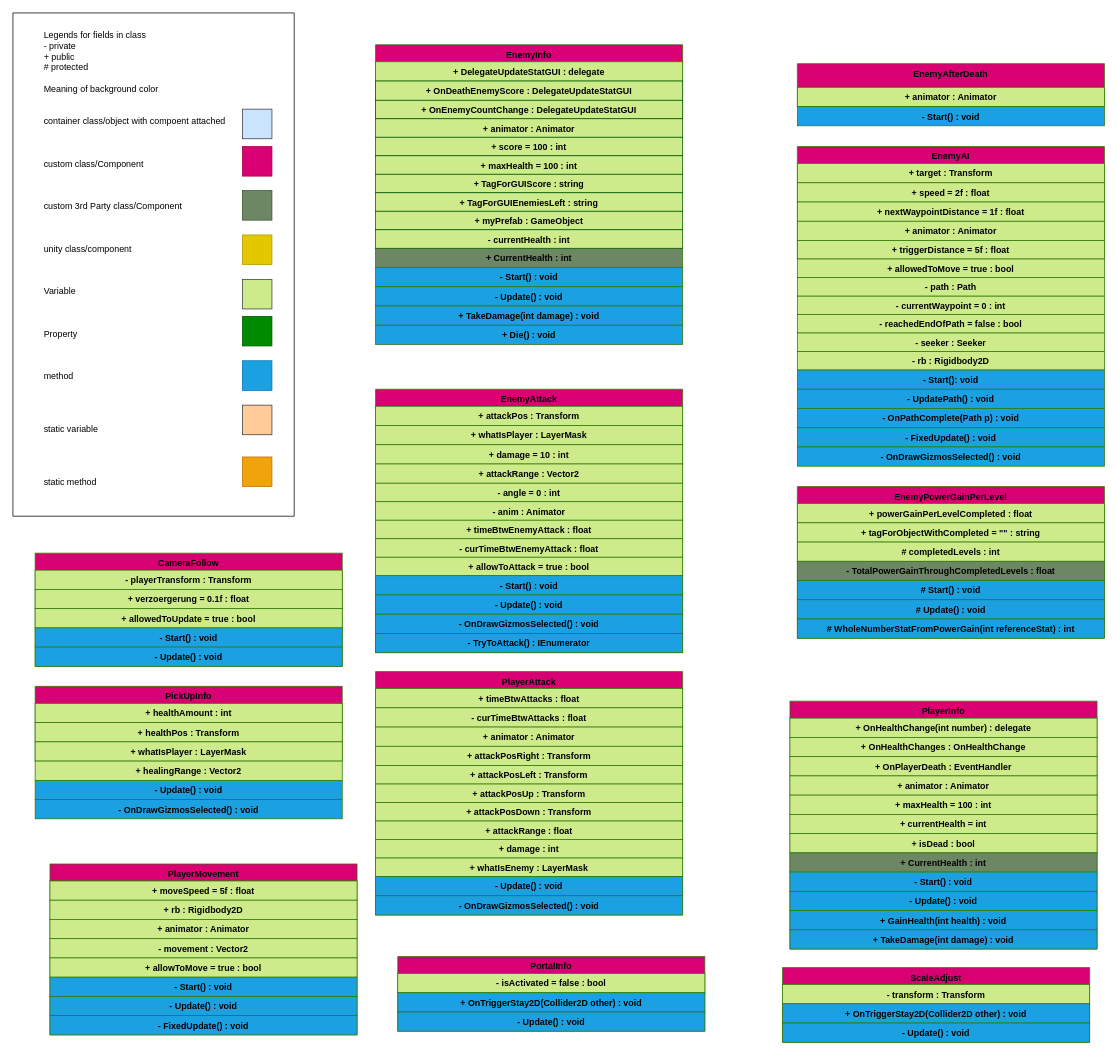
The draw.io diagram Docs/Diagramms/ComponentMoveableObjectDiagramm.drawio in BoolPurist/Sunken-Castle, before the edit. Source tidied: cells renumbered, new cells numbered last; positions are measured from the earlier drawing's top-left corner, leaving out a move shared by most shapes. Both pictures are drawn from the tidied source at 74%, with x=0, y=0 at pixel (13, 13).
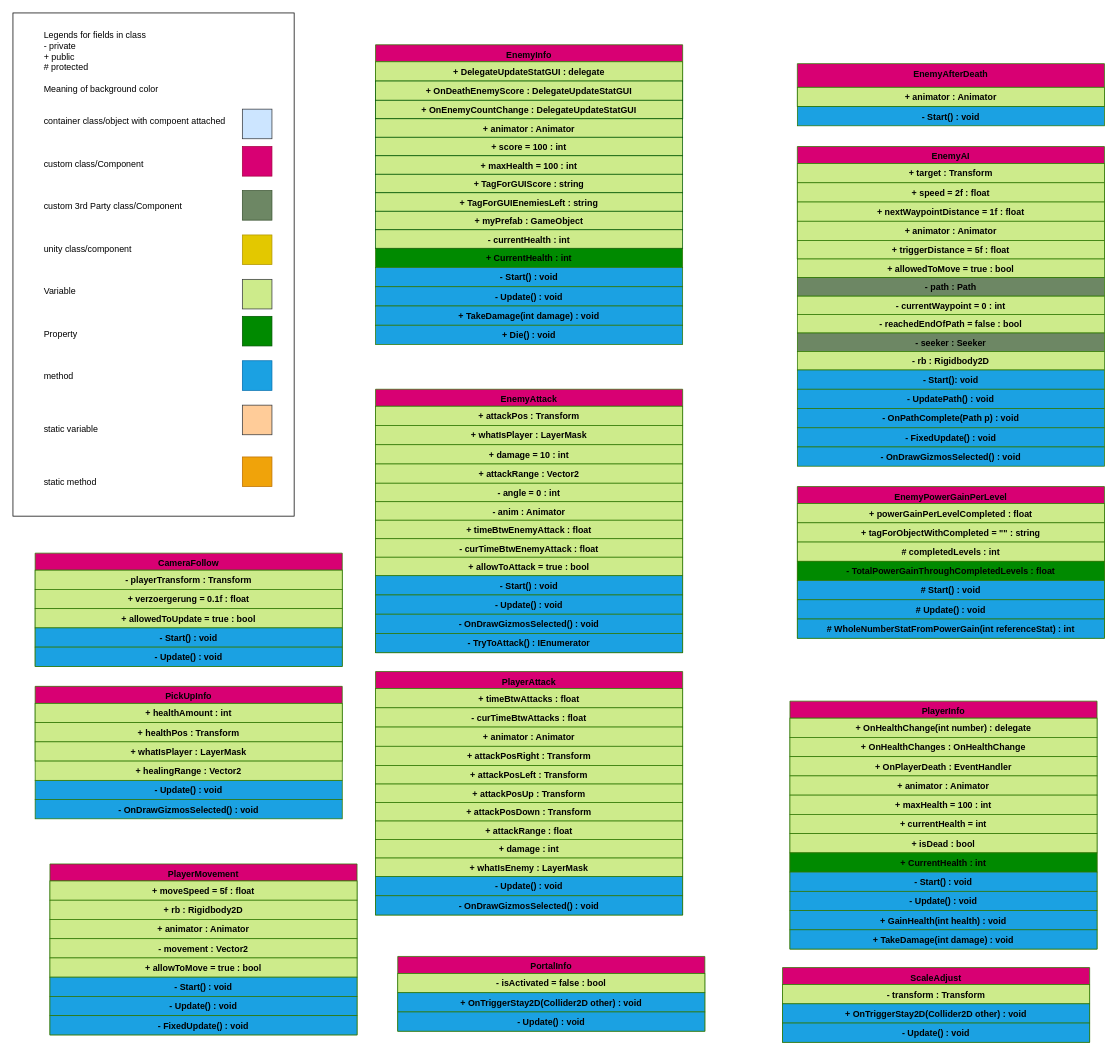
Above is the later version.

Unchanged cells that the change refers to:
```xml
<mxCell id="90" value="EnemyPowerGainPerLevel" style="swimlane;fontStyle=1;horizontal=1;fillColor=#D80073;fontColor=#000000;align=center;verticalAlign=top;strokeColor=#2D7600;gradientColor=none;spacingLeft=4;spacingRight=4;" parent="1" vertex="1">
  <mxGeometry x="1060" y="640" width="415" height="205" as="geometry" />
</mxCell>
<mxCell id="98" value="PlayerInfo" style="swimlane;fontStyle=1;horizontal=1;fillColor=#D80073;fontColor=#000000;align=center;verticalAlign=top;strokeColor=#2D7600;gradientColor=none;spacingLeft=4;spacingRight=4;" parent="1" vertex="1">
  <mxGeometry x="1050" y="930" width="415" height="335" as="geometry" />
</mxCell>
```

What changed in the source:
```diff
@@
-    <mxCell id="18" value="+ CurrentHealth : int" style="text;strokeColor=#2D7600;align=center;verticalAlign=top;spacingLeft=4;spacingRight=4;overflow=hidden;fontColor=#000000;fontStyle=1;fillColor=#6D8764;" parent="1" vertex="1">
+    <mxCell id="18" value="+ CurrentHealth : int" style="text;strokeColor=#2D7600;align=center;verticalAlign=top;spacingLeft=4;spacingRight=4;overflow=hidden;fontColor=#000000;fontStyle=1;fillColor=#008a00;" parent="1" vertex="1">
       <mxGeometry x="490" y="318" width="415" height="26" as="geometry" />
     </mxCell>
@@
-    <mxCell id="42" value="- path : Path" style="text;strokeColor=#2D7600;fillColor=#CDEB8B;align=center;verticalAlign=top;spacingLeft=4;spacingRight=4;overflow=hidden;fontColor=#000000;fontStyle=1;" parent="1" vertex="1">
+    <mxCell id="42" value="- path : Path" style="text;strokeColor=#2D7600;align=center;verticalAlign=top;spacingLeft=4;spacingRight=4;overflow=hidden;fontColor=#000000;fontStyle=1;fillColor=#6d8764;" parent="1" vertex="1">
       <mxGeometry x="1060" y="357.5" width="415" height="25" as="geometry" />
     </mxCell>
@@
-    <mxCell id="44" value="- seeker : Seeker" style="text;strokeColor=#2D7600;fillColor=#CDEB8B;align=center;verticalAlign=top;spacingLeft=4;spacingRight=4;overflow=hidden;fontColor=#000000;fontStyle=1;" parent="1" vertex="1">
+    <mxCell id="44" value="- seeker : Seeker" style="text;strokeColor=#2D7600;align=center;verticalAlign=top;spacingLeft=4;spacingRight=4;overflow=hidden;fontColor=#000000;fontStyle=1;fillColor=#6d8764;" parent="1" vertex="1">
       <mxGeometry x="1060" y="432.5" width="415" height="25" as="geometry" />
     </mxCell>
@@
-    <mxCell id="94" value="- TotalPowerGainThroughCompletedLevels : float" style="text;strokeColor=#2D7600;align=center;verticalAlign=top;spacingLeft=4;spacingRight=4;overflow=hidden;fontColor=#000000;fontStyle=1;fillColor=#6D8764;" parent="90" vertex="1">
+    <mxCell id="94" value="- TotalPowerGainThroughCompletedLevels : float" style="text;strokeColor=#2D7600;align=center;verticalAlign=top;spacingLeft=4;spacingRight=4;overflow=hidden;fontColor=#000000;fontStyle=1;fillColor=#008a00;" parent="90" vertex="1">
       <mxGeometry y="101" width="415" height="26" as="geometry" />
     </mxCell>
@@
-    <mxCell id="106" value="+ CurrentHealth : int" style="text;strokeColor=#2D7600;align=center;verticalAlign=top;spacingLeft=4;spacingRight=4;overflow=hidden;fontColor=#000000;fontStyle=1;fillColor=#6D8764;" parent="98" vertex="1">
+    <mxCell id="106" value="+ CurrentHealth : int" style="text;strokeColor=#2D7600;align=center;verticalAlign=top;spacingLeft=4;spacingRight=4;overflow=hidden;fontColor=#000000;fontStyle=1;fillColor=#008a00;" parent="98" vertex="1">
       <mxGeometry y="205" width="415" height="26" as="geometry" />
     </mxCell>
```
